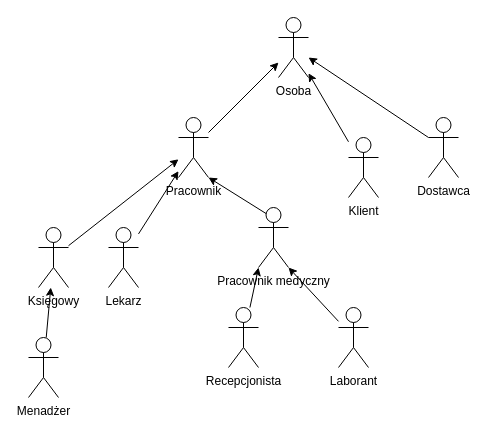
Above: actors.drawio in MarekMichali/vet-clinic (draw.io), before the change. Source tidied: cells renumbered, new cells numbered last; positions are measured from the earlier drawing's top-left corner, leaving out a move shared by most shapes. Both pictures are drawn from the tidied source at 100%, with x=0, y=0 at pixel (28, 17).
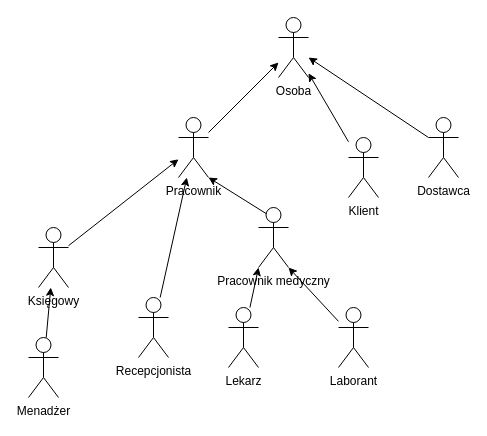
Above is the later version.

Commit message:
Fix actors name

Diff of the diagram source:
```diff
@@
-    <mxCell id="6" value="Lekarz" style="shape=umlActor;verticalLabelPosition=bottom;verticalAlign=top;html=1;outlineConnect=0;" parent="1" vertex="1">
-      <mxGeometry x="80" y="210" width="30" height="60" as="geometry" />
+    <mxCell id="6" value="Recepcjonista" style="shape=umlActor;verticalLabelPosition=bottom;verticalAlign=top;html=1;outlineConnect=0;" parent="1" vertex="1">
+      <mxGeometry x="110" y="280" width="30" height="60" as="geometry" />
     </mxCell>
@@
-    <mxCell id="8" value="Recepcjonista" style="shape=umlActor;verticalLabelPosition=bottom;verticalAlign=top;html=1;outlineConnect=0;" parent="1" vertex="1">
+    <mxCell id="8" value="Lekarz" style="shape=umlActor;verticalLabelPosition=bottom;verticalAlign=top;html=1;outlineConnect=0;" parent="1" vertex="1">
       <mxGeometry x="200" y="290" width="30" height="60" as="geometry" />
     </mxCell>
```
